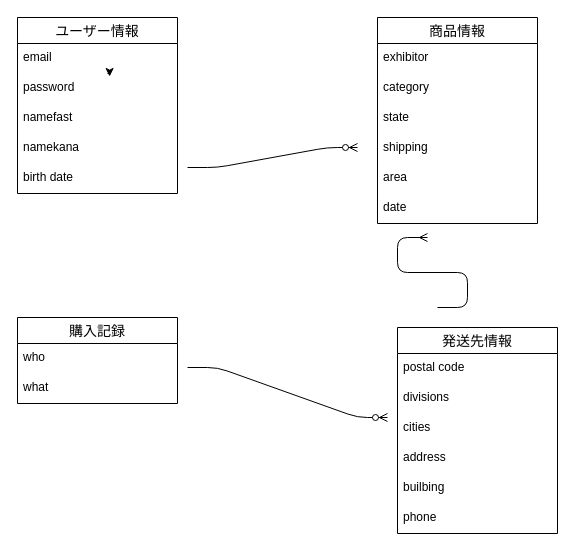
Earlier version of the draw.io diagram rurima.dio (English-marom/furima-36135). Source tidied: cells renumbered, new cells numbered last; positions are measured from the earlier drawing's top-left corner, leaving out a move shared by most shapes. Both pictures are drawn from the tidied source at 100%, with x=0, y=0 at pixel (17, 17).
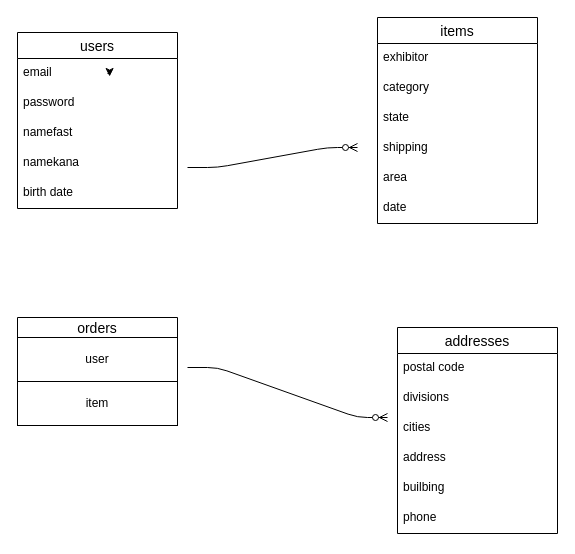
The same page after the edit.

Commit message (it also covers changes not shown here):
修正しました

What changed in the source:
```diff
@@
-    <mxCell id="3" value="ユーザー情報" style="swimlane;fontStyle=0;horizontal=1;startSize=26;align=center;fontSize=14;" parent="1" vertex="1">
-      <mxGeometry width="160" height="176" as="geometry" />
+    <mxCell id="3" value="users" style="swimlane;fontStyle=0;horizontal=1;startSize=26;align=center;fontSize=14;" parent="1" vertex="1">
+      <mxGeometry y="15" width="160" height="176" as="geometry" />
     </mxCell>
@@
-    <mxCell id="9" value="商品情報" style="swimlane;fontStyle=0;horizontal=1;startSize=26;align=center;fontSize=14;" parent="1" vertex="1">
+    <mxCell id="9" value="items" style="swimlane;fontStyle=0;horizontal=1;startSize=26;align=center;fontSize=14;" parent="1" vertex="1">
       <mxGeometry x="360" width="160" height="206" as="geometry" />
     </mxCell>
@@
-    <mxCell id="16" value="発送先情報" style="swimlane;fontStyle=0;horizontal=1;startSize=26;align=center;fontSize=14;" parent="1" vertex="1">
+    <mxCell id="16" value="addresses" style="swimlane;fontStyle=0;horizontal=1;startSize=26;align=center;fontSize=14;" parent="1" vertex="1">
       <mxGeometry x="380" y="310" width="160" height="206" as="geometry" />
     </mxCell>
@@
-    <mxCell id="23" value="購入記録" style="swimlane;fontStyle=0;horizontal=1;startSize=26;align=center;fontSize=14;" parent="1" vertex="1">
-      <mxGeometry y="300" width="160" height="86" as="geometry" />
+    <mxCell id="23" value="orders" style="swimlane;fontStyle=0;horizontal=1;startSize=20;align=center;fontSize=14;" parent="1" vertex="1">
+      <mxGeometry y="300" width="160" height="64" as="geometry" />
     </mxCell>
-    <mxCell id="24" value="who" style="text;strokeColor=none;fillColor=none;spacingLeft=4;spacingRight=4;overflow=hidden;fontSize=12;" parent="23" vertex="1">
-      <mxGeometry y="26" width="160" height="30" as="geometry" />
-    </mxCell>
-    <mxCell id="25" value="what" style="text;strokeColor=none;fillColor=none;spacingLeft=4;spacingRight=4;overflow=hidden;fontSize=12;" parent="23" vertex="1">
-      <mxGeometry y="56" width="160" height="30" as="geometry" />
-    </mxCell>
+    <mxCell id="28" value="user" style="whiteSpace=wrap;html=1;align=center;" parent="23" vertex="1">
+      <mxGeometry y="20" width="160" height="44" as="geometry" />
+    </mxCell>
@@
-    <mxCell id="28" style="edgeStyle=entityRelationEdgeStyle;fontSize=12;html=1;endArrow=ERmany;" parent="1" edge="1">
-      <mxGeometry relative="1" as="geometry">
-        <mxPoint x="420" y="290" as="sourcePoint" />
-        <mxPoint x="410" y="220" as="targetPoint" />
-      </mxGeometry>
-    </mxCell>
+    <mxCell id="29" style="edgeStyle=orthogonalEdgeStyle;rounded=0;jettySize=auto;html=1;exitX=0.5;exitY=0;exitDx=0;exitDy=0;" parent="1" edge="1" source="30">
+      <mxGeometry relative="1" as="geometry">
+        <mxPoint x="70" y="380" as="targetPoint" />
+      </mxGeometry>
+    </mxCell>
+    <mxCell id="30" value="item" style="whiteSpace=wrap;html=1;align=center;" parent="1" vertex="1">
+      <mxGeometry y="364" width="160" height="44" as="geometry" />
+    </mxCell>
```
